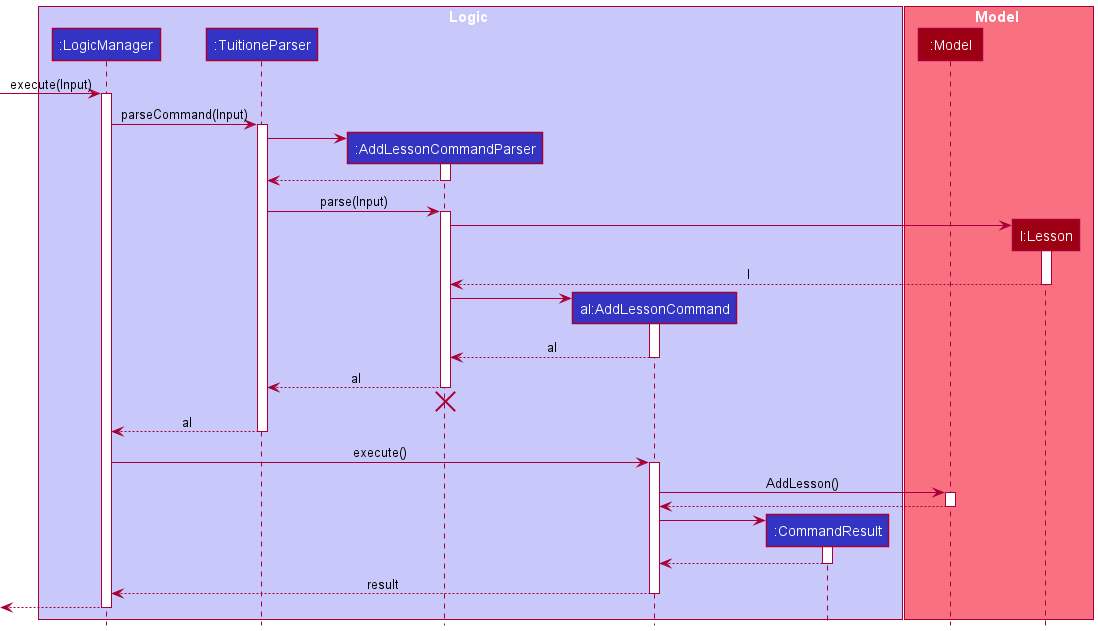
This is docs/images/DeveloperGuideImage/AddLessonSequenceDiagram.png from nus-cs2103-AY2122S1/tp, a PlantUML export, as it was before one commit.
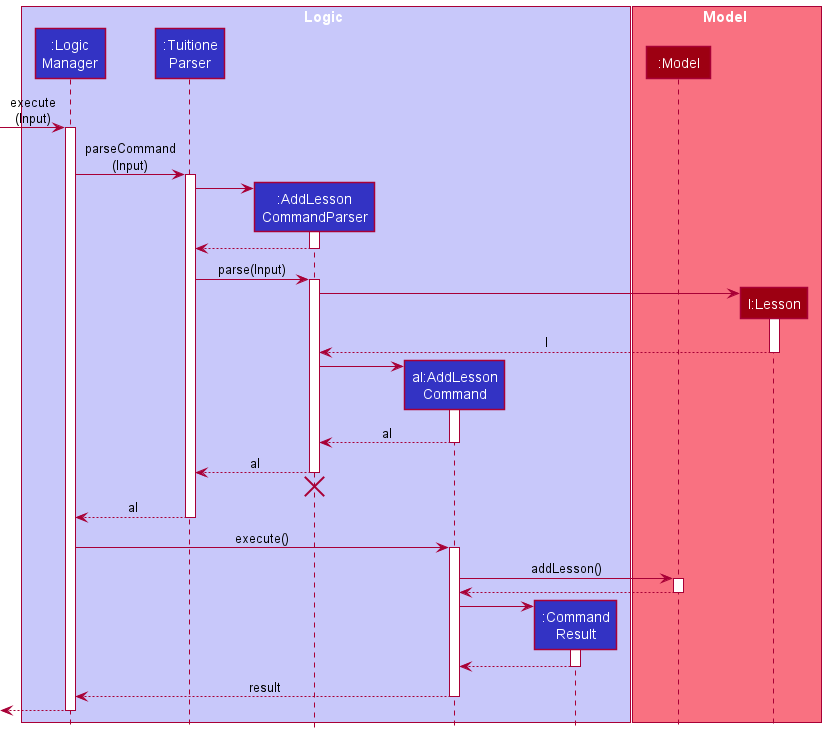
Above is the later version.

The edit, as a diff of the source:
```diff
@@ -2,11 +2,11 @@
 !include style.puml
 
 box Logic LOGIC_COLOR_T1
-participant ":LogicManager" as LogicManager LOGIC_COLOR
-participant ":TuitioneParser" as TuitioneParser LOGIC_COLOR
-participant ":AddLessonCommandParser" as AddLessonCommandParser LOGIC_COLOR
-participant "al:AddLessonCommand" as AddLessonCommand LOGIC_COLOR
-participant ":CommandResult" as CommandResult LOGIC_COLOR
+participant ":Logic\nManager" as LogicManager LOGIC_COLOR
+participant ":Tuitione\nParser" as TuitioneParser LOGIC_COLOR
+participant ":AddLesson\nCommandParser" as AddLessonCommandParser LOGIC_COLOR
+participant "al:AddLesson\nCommand" as AddLessonCommand LOGIC_COLOR
+participant ":Command\nResult" as CommandResult LOGIC_COLOR
 end box
 
 box Model MODEL_COLOR_T1
@@ -14,10 +14,10 @@
 participant "l:Lesson" as Lesson MODEL_COLOR
 end box
 
-[-> LogicManager : execute(Input)
+[-> LogicManager : execute\n(Input)
 activate LogicManager
 
-LogicManager -> TuitioneParser : parseCommand(Input)
+LogicManager -> TuitioneParser : parseCommand\n(Input)
 activate TuitioneParser
 
 create AddLessonCommandParser
@@ -55,7 +55,7 @@
 LogicManager -> AddLessonCommand : execute()
 activate AddLessonCommand
 
-AddLessonCommand -> Model : AddLesson()
+AddLessonCommand -> Model : addLesson()
 activate Model
 
 Model --> AddLessonCommand
```
